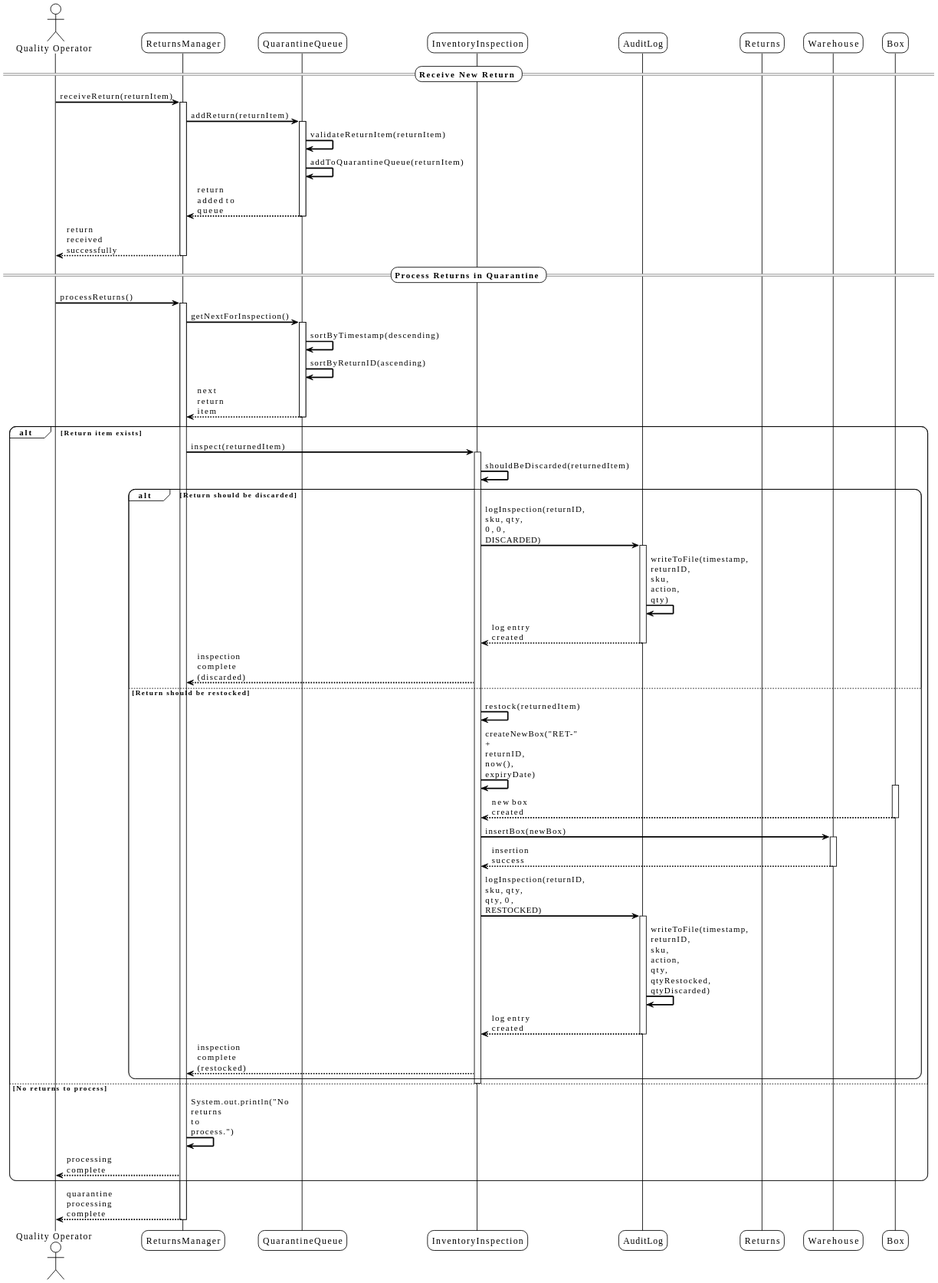
Before: doc/sprint-1/usei05/03. design/svg/USEI05_FullSequenceDiagram.svg, a diagram exported from PlantUML (ivasduarte/logistics-on-rails).
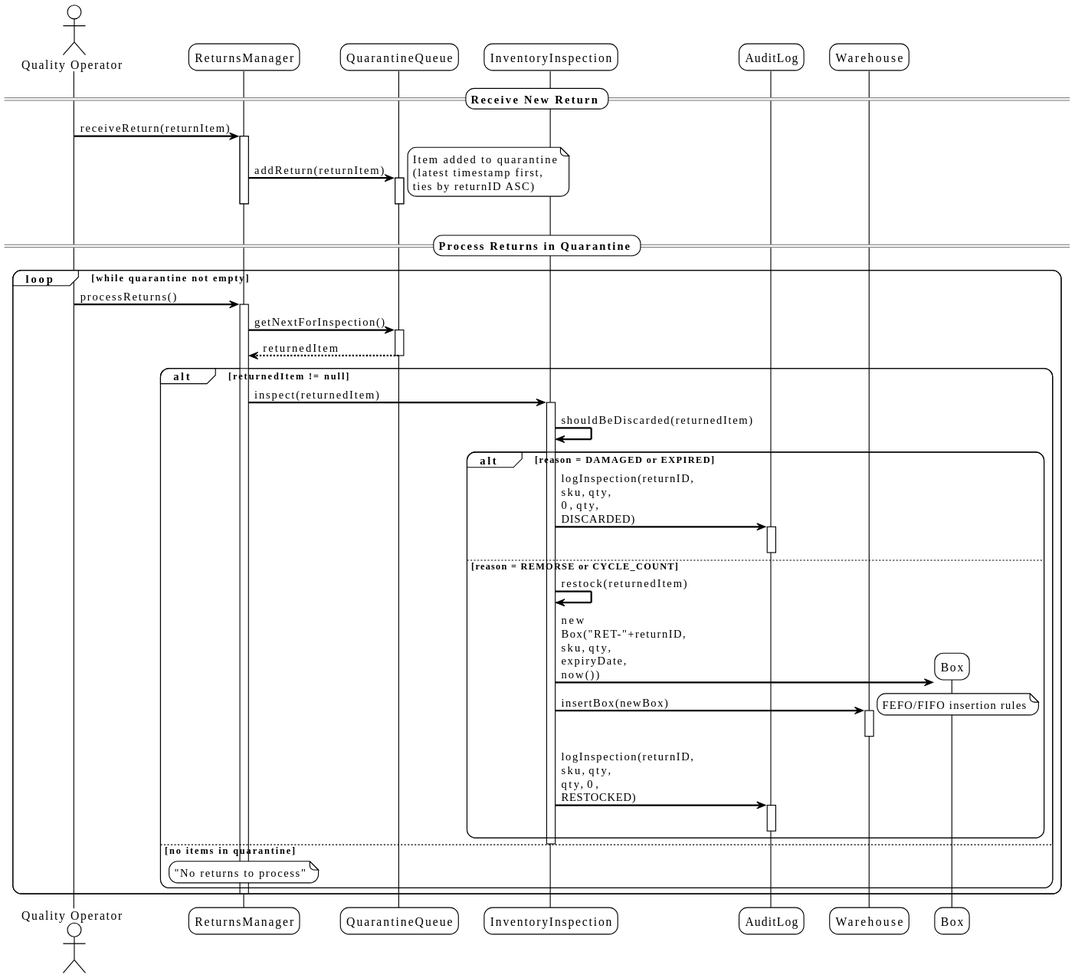
After the change.

The edit, as a diff of the source:
```diff
@@ -10,7 +10,6 @@
 participant "QuarantineQueue" as QQ
 participant "InventoryInspection" as II
 participant "AuditLog" as AL
-participant "Returns" as R
 participant "Warehouse" as WH
 participant "Box" as B
 
@@ -21,69 +20,63 @@
 
 RM -> QQ: addReturn(returnItem)
 activate QQ
-QQ -> QQ: validateReturnItem(returnItem)
-QQ -> QQ: addToQuarantineQueue(returnItem)
-QQ --> RM: return added to queue
+note right: Item added to quarantine\n(latest timestamp first,\nties by returnID ASC)
 deactivate QQ
 
-RM --> QO: return received successfully
 deactivate RM
 
 == Process Returns in Quarantine ==
 
-QO -> RM: processReturns()
-activate RM
+loop while quarantine not empty
 
-RM -> QQ: getNextForInspection()
-activate QQ
-QQ -> QQ: sortByTimestamp(descending)
-QQ -> QQ: sortByReturnID(ascending)
-QQ --> RM: next return item
-deactivate QQ
+    QO -> RM: processReturns()
+    activate RM
 
-alt Return item exists
-    RM -> II: inspect(returnedItem)
-    activate II
+    RM -> QQ: getNextForInspection()
+    activate QQ
+    QQ --> RM: returnedItem
+    deactivate QQ
 
-    II -> II: shouldBeDiscarded(returnedItem)
+    alt returnedItem != null
 
-    alt Return should be discarded
-        II -> AL: logInspection(returnID, sku, qty, 0, 0, DISCARDED)
-        activate AL
-        AL -> AL: writeToFile(timestamp, returnID, sku, action, qty)
-        AL --> II: log entry created
-        deactivate AL
+        RM -> II: inspect(returnedItem)
+        activate II
 
-        II --> RM: inspection complete (discarded)
+        II -> II: shouldBeDiscarded(returnedItem)
 
-    else Return should be restocked
-        II -> II: restock(returnedItem)
-        II -> II: createNewBox("RET-" + returnID, now(), expiryDate)
-        activate B
-        B --> II: new box created
-        deactivate B
+        alt reason = DAMAGED or EXPIRED
 
-        II -> WH: insertBox(newBox)
-        activate WH
-        WH --> II: insertion success
-        deactivate WH
+            II -> AL: logInspection(returnID, sku, qty, 0, qty, DISCARDED)
+            activate AL
+            deactivate AL
 
-        II -> AL: logInspection(returnID, sku, qty, qty, 0, RESTOCKED)
-        activate AL
-        AL -> AL: writeToFile(timestamp, returnID, sku, action, qty, qtyRestocked, qtyDiscarded)
-        AL --> II: log entry created
-        deactivate AL
+        else reason = REMORSE or CYCLE_COUNT
 
-        II --> RM: inspection complete (restocked)
+            II -> II: restock(returnedItem)
+
+            create B
+            II -> B: new Box("RET-"+returnID, sku, qty, expiryDate, now())
+
+            II -> WH: insertBox(newBox)
+            activate WH
+            note right: FEFO/FIFO insertion rules
+            deactivate WH
+
+            II -> AL: logInspection(returnID, sku, qty, qty, 0, RESTOCKED)
+            activate AL
+            deactivate AL
+
+        end
+
+        deactivate II
+
+    else no items in quarantine
+
+        note over RM: "No returns to process"
+
     end
 
-    deactivate II
+    deactivate RM
 
-else No returns to process
-    RM -> RM: System.out.println("No returns to process.")
-    RM --> QO: processing complete
 end
-
-RM --> QO: quarantine processing complete
-deactivate RM
 @enduml
```
